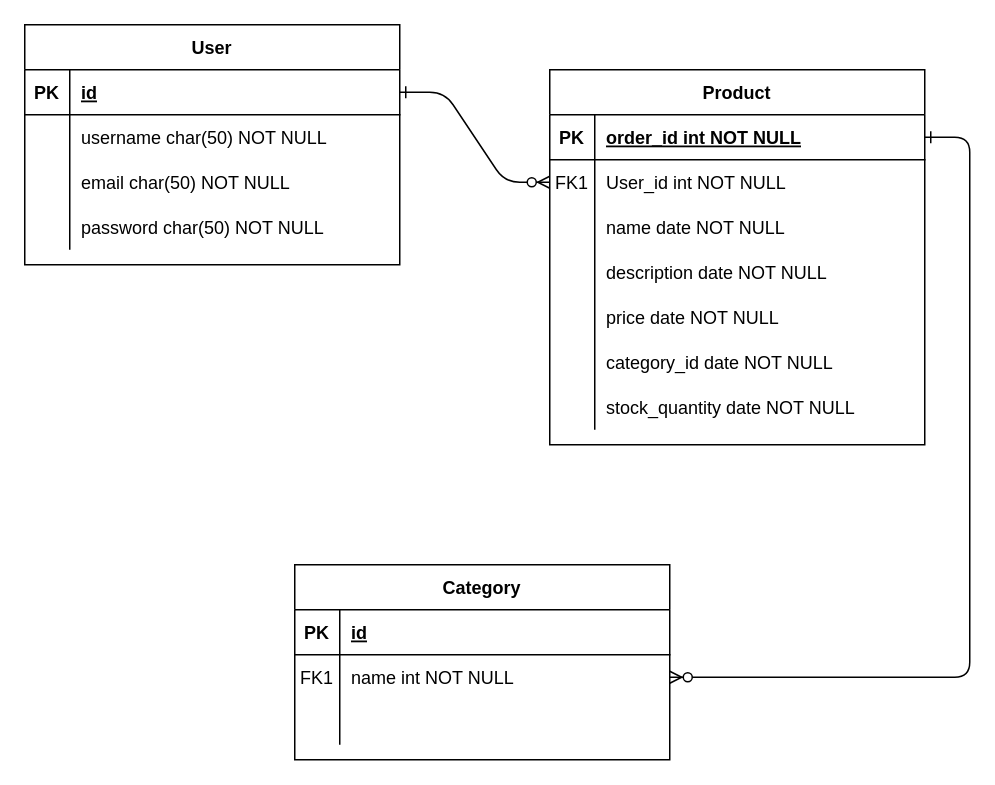
Mostafa3mad/Alx_DjangoLearnLab keeps this draw.io diagram as E_commerce_api/Untitled Diagram.drawio. Above is the earlier version. Source tidied: cells renumbered, new cells numbered last; positions are measured from the earlier drawing's top-left corner, leaving out a move shared by most shapes. Both pictures are drawn from the tidied source at 150%, with x=0, y=0 at pixel (24, 24).
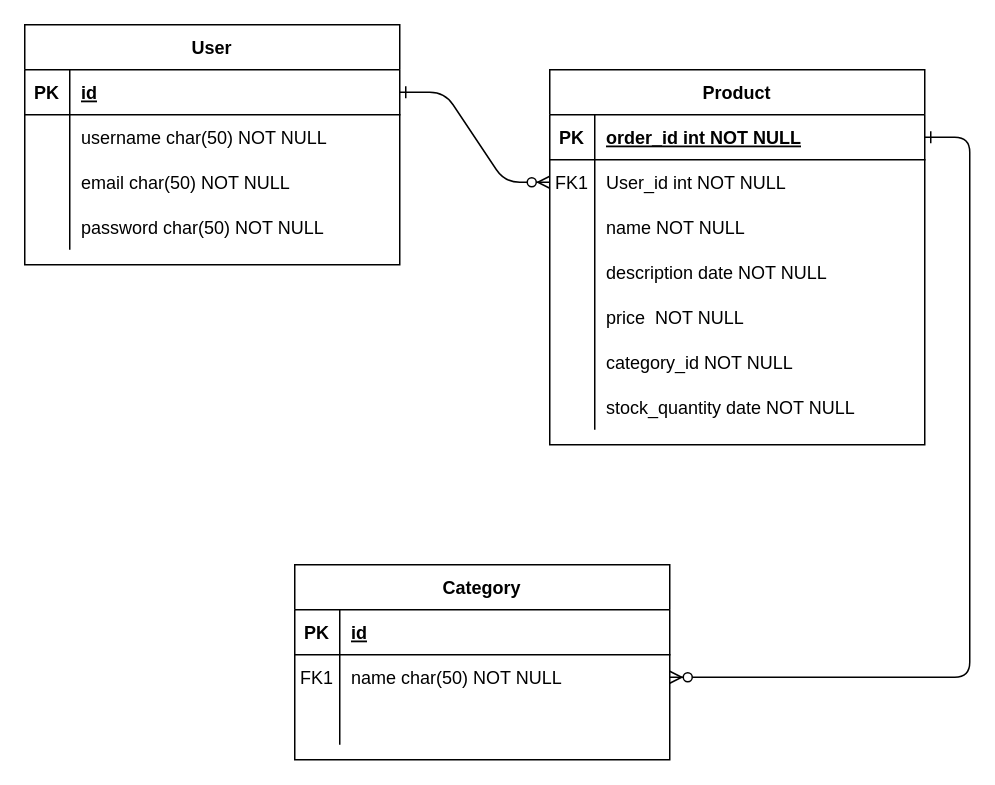
Above is the later version.

The change refers to these unchanged cells:
```xml
<mxCell id="11" style="shape=partialRectangle;fillColor=none;top=0;left=0;right=0;bottom=0;" parent="4" vertex="1">
  <mxGeometry y="90" width="250" height="30" as="geometry" />
</mxCell>
<mxCell id="17" style="shape=partialRectangle;fillColor=none;top=0;left=0;right=0;bottom=0;" parent="4" vertex="1">
  <mxGeometry y="150" width="250" height="30" as="geometry" />
</mxCell>
<mxCell id="20" style="shape=partialRectangle;fillColor=none;top=0;left=0;right=0;bottom=0;" parent="4" vertex="1">
  <mxGeometry y="180" width="250" height="30" as="geometry" />
</mxCell>
<mxCell id="30" style="shape=partialRectangle;fillColor=none;points=[[0,0.5],[1,0.5]];portConstraint=eastwest;top=0;left=0;right=0;bottom=0;" parent="26" vertex="1">
  <mxGeometry y="60" width="250" height="30" as="geometry" />
</mxCell>
```

Change to the diagram source:
```diff
@@
-    <mxCell id="13" value="name date NOT NULL" style="shape=partialRectangle;overflow=hidden;fillColor=none;top=0;left=0;bottom=0;right=0;align=left;spacingLeft=6;" parent="11" vertex="1">
+    <mxCell id="13" value="name NOT NULL" style="shape=partialRectangle;overflow=hidden;fillColor=none;top=0;left=0;bottom=0;right=0;align=left;spacingLeft=6;" parent="11" vertex="1">
       <mxGeometry x="30" width="220" height="30" as="geometry" />
     </mxCell>
@@
-    <mxCell id="19" value="price date NOT NULL" style="shape=partialRectangle;overflow=hidden;fillColor=none;top=0;left=0;bottom=0;right=0;align=left;spacingLeft=6;" parent="17" vertex="1">
+    <mxCell id="19" value="price  NOT NULL" style="shape=partialRectangle;overflow=hidden;fillColor=none;top=0;left=0;bottom=0;right=0;align=left;spacingLeft=6;" parent="17" vertex="1">
       <mxGeometry x="30" width="220" height="30" as="geometry" />
     </mxCell>
@@
-    <mxCell id="22" value="category_id date NOT NULL" style="shape=partialRectangle;overflow=hidden;fillColor=none;top=0;left=0;bottom=0;right=0;align=left;spacingLeft=6;" parent="20" vertex="1">
+    <mxCell id="22" value="category_id NOT NULL" style="shape=partialRectangle;overflow=hidden;fillColor=none;top=0;left=0;bottom=0;right=0;align=left;spacingLeft=6;" parent="20" vertex="1">
       <mxGeometry x="30" width="220" height="30" as="geometry" />
     </mxCell>
@@
-    <mxCell id="32" value="name int NOT NULL" style="shape=partialRectangle;overflow=hidden;fillColor=none;top=0;left=0;bottom=0;right=0;align=left;spacingLeft=6;" parent="30" vertex="1">
+    <mxCell id="32" value="name char(50) NOT NULL" style="shape=partialRectangle;overflow=hidden;fillColor=none;top=0;left=0;bottom=0;right=0;align=left;spacingLeft=6;" parent="30" vertex="1">
       <mxGeometry x="30" width="220" height="30" as="geometry" />
     </mxCell>
```
